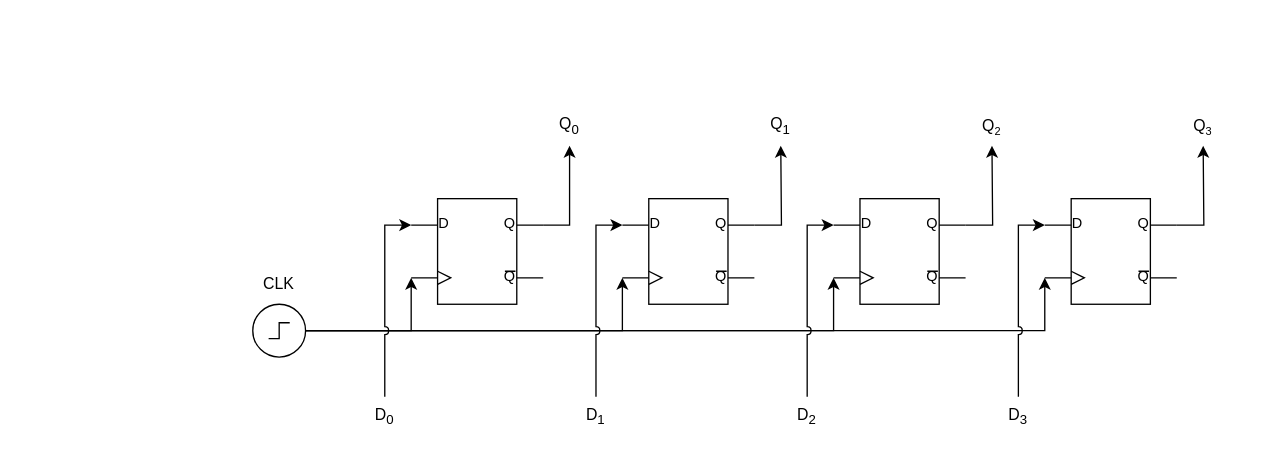
KLX1899/CA_HWs keeps this draw.io diagram as page "Part_1" (1 of 2) of HW2_1.drawio. Above is the earlier version. Source tidied: cells renumbered, new cells numbered last; positions are measured from the earlier drawing's top-left corner, leaving out a move shared by most shapes. Both pictures are drawn from the tidied source at 132%, with x=0, y=0 at pixel (246, 106).
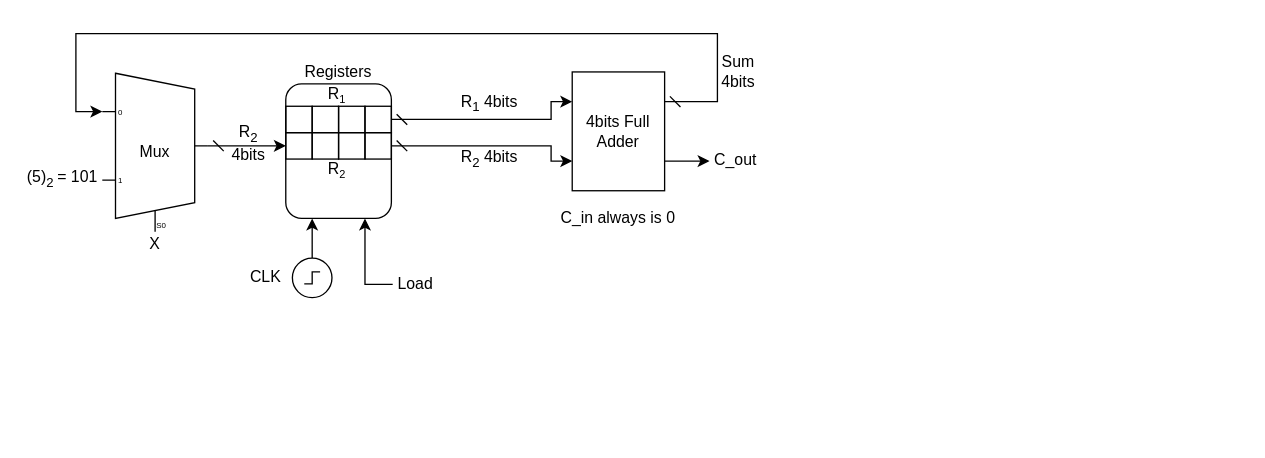
The same page after the edit.

Diff of the diagram source:
```diff
@@
-    <mxCell id="2" style="edgeStyle=orthogonalEdgeStyle;rounded=0;jettySize=auto;html=1;exitX=1;exitY=0.25;exitDx=0;exitDy=0;exitPerimeter=0;endArrow=classic;endFill=1;entryX=0.5;entryY=1;entryDx=0;entryDy=0;" parent="1" edge="1" source="3" target="11">
-      <mxGeometry relative="1" as="geometry" />
-    </mxCell>
-    <mxCell id="3" style="verticalLabelPosition=bottom;shadow=0;dashed=0;align=center;html=1;verticalAlign=top;shape=mxgraph.electrical.logic_gates.d_type_flip-flop;fillColor=none;strokeColor=#000000;" parent="1" vertex="1">
-      <mxGeometry x="125" y="70" width="100" height="80" as="geometry" />
-    </mxCell>
-    <mxCell id="4" style="edgeStyle=orthogonalEdgeStyle;rounded=0;jettySize=auto;html=1;exitX=1;exitY=0.25;exitDx=0;exitDy=0;exitPerimeter=0;endArrow=classic;endFill=1;" parent="1" edge="1" source="5">
-      <mxGeometry relative="1" as="geometry">
-        <mxPoint x="405" y="30" as="targetPoint" />
-      </mxGeometry>
-    </mxCell>
-    <mxCell id="5" style="verticalLabelPosition=bottom;shadow=0;dashed=0;align=center;html=1;verticalAlign=top;shape=mxgraph.electrical.logic_gates.d_type_flip-flop;fillColor=none;strokeColor=#000000;" parent="1" vertex="1">
-      <mxGeometry x="285" y="70" width="100" height="80" as="geometry" />
-    </mxCell>
-    <mxCell id="6" style="edgeStyle=orthogonalEdgeStyle;rounded=0;jettySize=auto;html=1;exitX=1;exitY=0.25;exitDx=0;exitDy=0;exitPerimeter=0;endArrow=classic;endFill=1;" parent="1" edge="1" source="7">
-      <mxGeometry relative="1" as="geometry">
-        <mxPoint x="565" y="30" as="targetPoint" />
-      </mxGeometry>
-    </mxCell>
-    <mxCell id="7" style="verticalLabelPosition=bottom;shadow=0;dashed=0;align=center;html=1;verticalAlign=top;shape=mxgraph.electrical.logic_gates.d_type_flip-flop;fillColor=none;strokeColor=#000000;" parent="1" vertex="1">
-      <mxGeometry x="445" y="70" width="100" height="80" as="geometry" />
-    </mxCell>
-    <mxCell id="8" style="edgeStyle=orthogonalEdgeStyle;rounded=0;jettySize=auto;html=1;exitX=1;exitY=0.25;exitDx=0;exitDy=0;exitPerimeter=0;endArrow=classic;endFill=1;flowAnimation=0;shadow=0;jumpStyle=arc;" parent="1" edge="1" source="9">
-      <mxGeometry relative="1" as="geometry">
-        <mxPoint x="725" y="30" as="targetPoint" />
-      </mxGeometry>
-    </mxCell>
-    <mxCell id="9" style="verticalLabelPosition=bottom;shadow=0;dashed=0;align=center;html=1;verticalAlign=top;shape=mxgraph.electrical.logic_gates.d_type_flip-flop;fillColor=none;strokeColor=#000000;" parent="1" vertex="1">
-      <mxGeometry x="605" y="70" width="100" height="80" as="geometry" />
-    </mxCell>
+    <mxCell id="28" value="Mux" style="shadow=0;dashed=0;align=center;html=1;strokeWidth=1;shape=mxgraph.electrical.abstract.mux2;whiteSpace=wrap;fillColor=none;" parent="1" vertex="1">
+      <mxGeometry x="-109" y="-25" width="80" height="120" as="geometry" />
+    </mxCell>
+    <mxCell id="29" value="(5)&lt;sub&gt;2&amp;nbsp;&lt;/sub&gt;= 101" style="text;html=1;align=center;verticalAlign=middle;whiteSpace=wrap;rounded=0;" parent="1" vertex="1">
+      <mxGeometry x="-169" y="40" width="60" height="30" as="geometry" />
+    </mxCell>
+    <mxCell id="30" style="edgeStyle=orthogonalEdgeStyle;rounded=0;jettySize=auto;html=1;exitX=0.75;exitY=0;exitDx=0;exitDy=0;entryX=0;entryY=0.5;entryDx=0;entryDy=0;" parent="1" edge="1" source="31" target="39">
+      <mxGeometry relative="1" as="geometry" />
+    </mxCell>
+    <mxCell id="31" value="4bits Full Adder" style="rounded=0;whiteSpace=wrap;html=1;flipH=0;flipV=1;direction=south;" parent="1" vertex="1">
+      <mxGeometry x="247" y="-26" width="70" height="90" as="geometry" />
+    </mxCell>
+    <mxCell id="32" style="edgeStyle=orthogonalEdgeStyle;rounded=0;jettySize=auto;html=1;exitX=1;exitY=0.5;exitDx=0;exitDy=-5;exitPerimeter=0;entryX=0;entryY=0.5;entryDx=0;entryDy=0;startArrow=dash;startFill=0;" parent="1" edge="1" source="28" target="45">
+      <mxGeometry relative="1" as="geometry" />
+    </mxCell>
+    <mxCell id="33" style="edgeStyle=orthogonalEdgeStyle;rounded=0;jettySize=auto;html=1;exitX=1;exitY=0.5;exitDx=0;exitDy=0;entryX=0.25;entryY=1;entryDx=0;entryDy=0;startArrow=dash;startFill=0;" parent="1" edge="1" source="44" target="31">
+      <mxGeometry relative="1" as="geometry">
+        <Array as="points">
+          <mxPoint x="231" y="10" />
+          <mxPoint x="231" y="-4" />
+        </Array>
+      </mxGeometry>
+    </mxCell>
+    <mxCell id="34" style="edgeStyle=orthogonalEdgeStyle;rounded=0;jettySize=auto;html=1;exitX=1;exitY=0.5;exitDx=0;exitDy=0;entryX=0.75;entryY=1;entryDx=0;entryDy=0;startArrow=dash;startFill=0;" parent="1" edge="1" source="48" target="31">
+      <mxGeometry relative="1" as="geometry">
+        <Array as="points">
+          <mxPoint x="231" y="30" />
+          <mxPoint x="231" y="42" />
+        </Array>
+      </mxGeometry>
+    </mxCell>
+    <mxCell id="35" style="edgeStyle=orthogonalEdgeStyle;rounded=0;jettySize=auto;html=1;exitX=0.25;exitY=0;exitDx=0;exitDy=0;entryX=0;entryY=0.21666666666666667;entryDx=0;entryDy=3;entryPerimeter=0;startArrow=dash;startFill=0;" parent="1" edge="1" source="31" target="28">
+      <mxGeometry relative="1" as="geometry">
+        <Array as="points">
+          <mxPoint x="357" y="-3" />
+          <mxPoint x="357" y="-55" />
+          <mxPoint x="-129" y="-55" />
+          <mxPoint x="-129" y="4" />
+        </Array>
+      </mxGeometry>
+    </mxCell>
+    <mxCell id="36" value="X" style="text;html=1;align=center;verticalAlign=middle;whiteSpace=wrap;rounded=0;" parent="1" vertex="1">
+      <mxGeometry x="-79" y="95" width="20" height="20" as="geometry" />
+    </mxCell>
+    <mxCell id="37" value="R&lt;sub&gt;1&lt;/sub&gt;&amp;nbsp;4bits" style="text;html=1;align=center;verticalAlign=middle;strokeColor=none;fillColor=none;" parent="1" vertex="1">
+      <mxGeometry x="149" y="-17" width="70" height="30" as="geometry" />
+    </mxCell>
+    <mxCell id="38" value="R&lt;sub&gt;2&lt;/sub&gt;&amp;nbsp;4bits" style="text;html=1;align=center;verticalAlign=middle;strokeColor=none;fillColor=none;" parent="1" vertex="1">
+      <mxGeometry x="149" y="25" width="70" height="30" as="geometry" />
+    </mxCell>
+    <mxCell id="39" value="C_out" style="text;html=1;align=center;verticalAlign=middle;whiteSpace=wrap;rounded=0;" parent="1" vertex="1">
+      <mxGeometry x="351" y="31" width="40" height="20" as="geometry" />
+    </mxCell>
+    <mxCell id="40" value="C_in always is 0" style="text;html=1;align=center;verticalAlign=middle;whiteSpace=wrap;rounded=0;" parent="1" vertex="1">
+      <mxGeometry x="237" y="70" width="90" height="30" as="geometry" />
+    </mxCell>
+    <mxCell id="41" style="whiteSpace=wrap;html=1;fillColor=none;" parent="1" vertex="1">
+      <mxGeometry x="30" width="20" height="20" as="geometry" />
+    </mxCell>
+    <mxCell id="42" style="whiteSpace=wrap;html=1;fillColor=none;" parent="1" vertex="1">
+      <mxGeometry x="50" width="20" height="20" as="geometry" />
+    </mxCell>
+    <mxCell id="43" style="whiteSpace=wrap;html=1;fillColor=none;" parent="1" vertex="1">
+      <mxGeometry x="70" width="20" height="20" as="geometry" />
+    </mxCell>
+    <mxCell id="44" style="whiteSpace=wrap;html=1;fillColor=none;" parent="1" vertex="1">
+      <mxGeometry x="90" width="20" height="20" as="geometry" />
+    </mxCell>
+    <mxCell id="45" style="whiteSpace=wrap;html=1;fillColor=none;" parent="1" vertex="1">
+      <mxGeometry x="30" y="20" width="20" height="20" as="geometry" />
+    </mxCell>
+    <mxCell id="46" style="whiteSpace=wrap;html=1;fillColor=none;" parent="1" vertex="1">
+      <mxGeometry x="50" y="20" width="20" height="20" as="geometry" />
+    </mxCell>
+    <mxCell id="47" style="whiteSpace=wrap;html=1;fillColor=none;" parent="1" vertex="1">
+      <mxGeometry x="70" y="20" width="20" height="20" as="geometry" />
+    </mxCell>
+    <mxCell id="48" style="whiteSpace=wrap;html=1;fillColor=none;" parent="1" vertex="1">
+      <mxGeometry x="90" y="20" width="20" height="20" as="geometry" />
+    </mxCell>
+    <mxCell id="49" value="R&lt;span style=&quot;font-size: 10px;&quot;&gt;&lt;sub&gt;1&lt;/sub&gt;&lt;/span&gt;" style="text;html=1;align=center;verticalAlign=middle;whiteSpace=wrap;rounded=0;" parent="1" vertex="1">
+      <mxGeometry x="54" y="-17" width="30" height="15" as="geometry" />
+    </mxCell>
+    <mxCell id="50" value="R&lt;span style=&quot;font-size: 10px;&quot;&gt;&lt;sub&gt;2&lt;/sub&gt;&lt;/span&gt;" style="text;html=1;align=center;verticalAlign=middle;whiteSpace=wrap;rounded=0;" parent="1" vertex="1">
+      <mxGeometry x="54" y="40" width="30" height="15" as="geometry" />
+    </mxCell>
+    <mxCell id="51" style="rounded=1;whiteSpace=wrap;html=1;fillColor=none;direction=south;" parent="1" vertex="1">
+      <mxGeometry x="30" y="-17" width="80" height="102" as="geometry" />
+    </mxCell>
+    <mxCell id="52" value="Registers" style="text;html=1;align=center;verticalAlign=middle;whiteSpace=wrap;rounded=0;" parent="1" vertex="1">
+      <mxGeometry x="40" y="-36" width="60" height="20" as="geometry" />
+    </mxCell>
+    <mxCell id="53" style="edgeStyle=orthogonalEdgeStyle;rounded=0;jettySize=auto;html=1;entryX=1;entryY=0.75;entryDx=0;entryDy=0;" parent="1" edge="1" source="54" target="51">
+      <mxGeometry relative="1" as="geometry" />
+    </mxCell>
+    <mxCell id="54" style="verticalLabelPosition=bottom;shadow=0;dashed=0;align=center;html=1;verticalAlign=top;shape=mxgraph.electrical.signal_sources.source;points=[[0.5,0,0],[1,0.5,0],[0.5,1,0],[0,0.5,0]];elSignalType=stepOn;" parent="1" vertex="1">
+      <mxGeometry x="35" y="115" width="30" height="30" as="geometry" />
+    </mxCell>
+    <mxCell id="55" style="edgeStyle=orthogonalEdgeStyle;rounded=0;jettySize=auto;html=1;entryX=1;entryY=0.25;entryDx=0;entryDy=0;" parent="1" edge="1" source="56" target="51">
+      <mxGeometry relative="1" as="geometry" />
+    </mxCell>
+    <mxCell id="56" value="Load" style="text;html=1;align=center;verticalAlign=middle;whiteSpace=wrap;rounded=0;" parent="1" vertex="1">
+      <mxGeometry x="111" y="125" width="35" height="20" as="geometry" />
+    </mxCell>
-    <mxCell id="10" value="CLK" style="text;strokeColor=none;align=center;fillColor=none;html=1;verticalAlign=middle;whiteSpace=wrap;rounded=0;" parent="1" vertex="1">
-      <mxGeometry y="120" width="50" height="30" as="geometry" />
+    <mxCell id="10" value="CLK" style="text;html=1;align=center;verticalAlign=middle;whiteSpace=wrap;rounded=0;" parent="1" vertex="1">
+      <mxGeometry y="120" width="30" height="20" as="geometry" />
     </mxCell>
-    <mxCell id="11" value="Q&lt;sub&gt;0&lt;/sub&gt;" style="text;html=1;align=center;verticalAlign=middle;whiteSpace=wrap;rounded=0;" parent="1" vertex="1">
-      <mxGeometry x="215" width="60" height="30" as="geometry" />
-    </mxCell>
-    <mxCell id="12" value="Q&lt;sub&gt;1&lt;/sub&gt;" style="text;html=1;align=center;verticalAlign=middle;whiteSpace=wrap;rounded=0;" parent="1" vertex="1">
-      <mxGeometry x="375" width="60" height="30" as="geometry" />
-    </mxCell>
-    <mxCell id="13" value="Q&lt;span style=&quot;font-size: 10px;&quot;&gt;&lt;sub&gt;2&lt;/sub&gt;&lt;/span&gt;" style="text;html=1;align=center;verticalAlign=middle;whiteSpace=wrap;rounded=0;" parent="1" vertex="1">
-      <mxGeometry x="535" width="60" height="30" as="geometry" />
-    </mxCell>
-    <mxCell id="14" value="Q&lt;span style=&quot;font-size: 10px;&quot;&gt;&lt;sub&gt;3&lt;/sub&gt;&lt;/span&gt;" style="text;html=1;align=center;verticalAlign=middle;whiteSpace=wrap;rounded=0;" parent="1" vertex="1">
-      <mxGeometry x="695" width="60" height="30" as="geometry" />
-    </mxCell>
-    <mxCell id="15" value="D&lt;sub&gt;0&lt;/sub&gt;" style="text;html=1;align=center;verticalAlign=middle;whiteSpace=wrap;rounded=0;" parent="1" vertex="1">
-      <mxGeometry x="75" y="220" width="60" height="30" as="geometry" />
-    </mxCell>
-    <mxCell id="16" value="D&lt;sub&gt;1&lt;/sub&gt;" style="text;html=1;align=center;verticalAlign=middle;whiteSpace=wrap;rounded=0;" parent="1" vertex="1">
-      <mxGeometry x="235" y="220" width="60" height="30" as="geometry" />
-    </mxCell>
-    <mxCell id="17" style="verticalLabelPosition=bottom;shadow=0;dashed=0;align=center;html=1;verticalAlign=top;shape=mxgraph.electrical.signal_sources.source;points=[[0.5,0,0],[1,0.5,0],[0.5,1,0],[0,0.5,0]];elSignalType=stepOn;" parent="1" vertex="1">
-      <mxGeometry x="5" y="150" width="40" height="40" as="geometry" />
-    </mxCell>
-    <mxCell id="18" style="edgeStyle=orthogonalEdgeStyle;rounded=0;jettySize=auto;html=1;entryX=0;entryY=0.75;entryDx=0;entryDy=0;entryPerimeter=0;endArrow=classic;endFill=1;jumpStyle=arc;" parent="1" edge="1" source="17" target="3">
-      <mxGeometry relative="1" as="geometry">
-        <Array as="points">
-          <mxPoint x="125" y="170" />
-        </Array>
-      </mxGeometry>
-    </mxCell>
-    <mxCell id="19" style="edgeStyle=orthogonalEdgeStyle;rounded=0;jettySize=auto;html=1;entryX=0;entryY=0.75;entryDx=0;entryDy=0;entryPerimeter=0;endArrow=classic;endFill=1;jumpStyle=arc;" parent="1" edge="1" source="17" target="5">
-      <mxGeometry relative="1" as="geometry">
-        <Array as="points">
-          <mxPoint x="285" y="170" />
-        </Array>
-      </mxGeometry>
-    </mxCell>
-    <mxCell id="20" style="edgeStyle=orthogonalEdgeStyle;rounded=0;jettySize=auto;html=1;entryX=0;entryY=0.75;entryDx=0;entryDy=0;entryPerimeter=0;endArrow=classic;endFill=1;jumpStyle=arc;" parent="1" edge="1" source="17" target="7">
-      <mxGeometry relative="1" as="geometry">
-        <Array as="points">
-          <mxPoint x="445" y="170" />
-        </Array>
-      </mxGeometry>
-    </mxCell>
-    <mxCell id="21" style="edgeStyle=orthogonalEdgeStyle;rounded=0;jettySize=auto;html=1;entryX=0;entryY=0.75;entryDx=0;entryDy=0;entryPerimeter=0;endArrow=classic;endFill=1;jumpStyle=none;" parent="1" edge="1" source="17" target="9">
-      <mxGeometry relative="1" as="geometry">
-        <Array as="points">
-          <mxPoint x="605" y="170" />
-        </Array>
-      </mxGeometry>
-    </mxCell>
-    <mxCell id="22" style="edgeStyle=orthogonalEdgeStyle;rounded=0;jettySize=auto;html=1;entryX=0;entryY=0.25;entryDx=0;entryDy=0;entryPerimeter=0;jumpStyle=arc;" parent="1" edge="1" source="15" target="3">
-      <mxGeometry relative="1" as="geometry" />
-    </mxCell>
-    <mxCell id="23" value="D&lt;sub&gt;2&lt;/sub&gt;" style="text;html=1;align=center;verticalAlign=middle;whiteSpace=wrap;rounded=0;" parent="1" vertex="1">
-      <mxGeometry x="395" y="220" width="60" height="30" as="geometry" />
-    </mxCell>
-    <mxCell id="24" value="D&lt;sub&gt;3&lt;/sub&gt;" style="text;html=1;align=center;verticalAlign=middle;whiteSpace=wrap;rounded=0;" parent="1" vertex="1">
-      <mxGeometry x="555" y="220" width="60" height="30" as="geometry" />
-    </mxCell>
-    <mxCell id="25" style="edgeStyle=orthogonalEdgeStyle;rounded=0;jettySize=auto;html=1;entryX=0;entryY=0.25;entryDx=0;entryDy=0;entryPerimeter=0;jumpStyle=arc;" parent="1" edge="1" source="16" target="5">
-      <mxGeometry relative="1" as="geometry" />
-    </mxCell>
-    <mxCell id="26" style="edgeStyle=orthogonalEdgeStyle;rounded=0;jettySize=auto;html=1;entryX=0;entryY=0.25;entryDx=0;entryDy=0;entryPerimeter=0;jumpStyle=arc;" parent="1" edge="1" source="23" target="7">
-      <mxGeometry relative="1" as="geometry" />
-    </mxCell>
-    <mxCell id="27" style="edgeStyle=orthogonalEdgeStyle;rounded=0;jettySize=auto;html=1;entryX=0;entryY=0.25;entryDx=0;entryDy=0;entryPerimeter=0;jumpStyle=arc;" parent="1" edge="1" source="24" target="9">
-      <mxGeometry relative="1" as="geometry" />
-    </mxCell>
+    <mxCell id="57" value="Sum&lt;div&gt;4bits&lt;/div&gt;" style="text;html=1;align=center;verticalAlign=middle;whiteSpace=wrap;rounded=0;" parent="1" vertex="1">
+      <mxGeometry x="355" y="-41" width="36" height="30" as="geometry" />
+    </mxCell>
+    <mxCell id="58" value="R&lt;sub&gt;2&lt;/sub&gt;&lt;div&gt;4bits&lt;/div&gt;" style="text;html=1;align=center;verticalAlign=middle;whiteSpace=wrap;rounded=0;" parent="1" vertex="1">
+      <mxGeometry x="-13" y="5" width="30" height="45" as="geometry" />
+    </mxCell>
```
